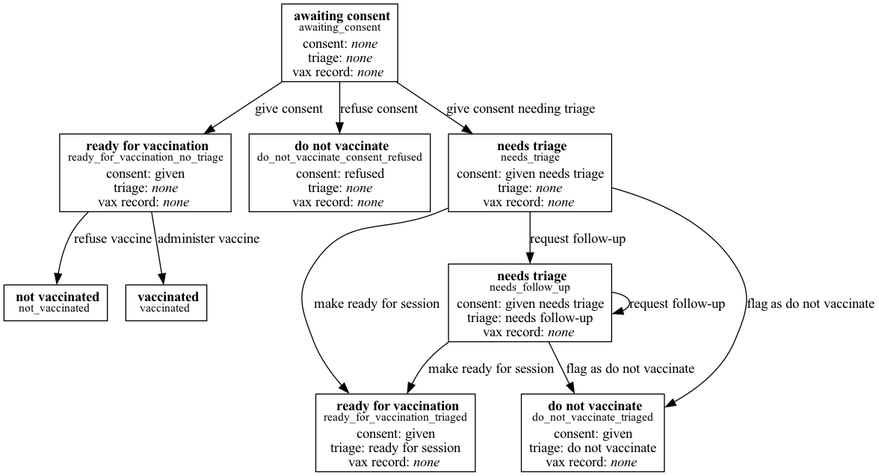
nhsuk/manage-vaccinations-in-schools keeps this Graphviz diagram as docs/states.png. Above is the earlier version. Its source is kept beside it as docs/states.dot. The source it was exported from:
```dot

digraph vaccination_process {
    awaiting_consent [shape=box, label=< <b>awaiting consent</b><br/><sup>awaiting_consent</sup><br/>consent: <i>none</i><br/>triage: <i>none</i><br/>vax record: <i>none</i> >];
    ready_for_vaccination_no_triage [shape=box, label=< <b>ready for vaccination</b><br/><sup>ready_for_vaccination_no_triage</sup><br/>consent: given<br/>triage: <i>none</i><br/>vax record: <i>none</i> >];
    ready_for_vaccination_triaged [shape=box, label=< <b>ready for vaccination</b><br/><sup>ready_for_vaccination_triaged</sup><br/>consent: given<br/>triage: ready for session<br/>vax record: <i>none</i> >];
    do_not_vaccinate_consent_refused [shape=box, label=< <b>do not vaccinate</b><br/><sup>do_not_vaccinate_consent_refused</sup><br/>consent: refused<br/>triage: <i>none</i><br/>vax record: <i>none</i> >];
    do_not_vaccinate_triaged [shape=box, label=< <b>do not vaccinate</b><br/><sup>do_not_vaccinate_triaged</sup><br/>consent: given<br/>triage: do not vaccinate<br/>vax record: <i>none</i> >];
    needs_triage [shape=box, label=< <b>needs triage</b><br/><sup>needs_triage</sup><br/>consent: given needs triage<br/>triage: <i>none</i><br/>vax record: <i>none</i> >];
    needs_follow_up [shape=box, label=< <b>needs triage</b><br/><sup>needs_follow_up</sup><br/>consent: given needs triage<br/>triage: needs follow-up<br/>vax record: <i>none</i> >];
    vaccinated [shape=box, label=< <b>vaccinated</b><br/><sup>vaccinated</sup> >];
    not_vaccinated [shape=box, label=< <b>not vaccinated</b><br/><sup>not_vaccinated</sup> >];

    awaiting_consent -> ready_for_vaccination_no_triage [label="give consent"];
    awaiting_consent -> needs_triage [label="give consent needing triage"]
    awaiting_consent -> do_not_vaccinate_consent_refused [label="refuse consent"];

    ready_for_vaccination_no_triage -> vaccinated [label="administer vaccine"];
    ready_for_vaccination_no_triage -> not_vaccinated [label="refuse vaccine"];

    needs_triage -> ready_for_vaccination_triaged [label="make ready for session"];
    needs_triage -> needs_follow_up [label="request follow-up"];
    needs_triage -> do_not_vaccinate_triaged [label="flag as do not vaccinate"];

    needs_follow_up -> ready_for_vaccination_triaged [label="make ready for session"];
    needs_follow_up -> needs_follow_up [label="request follow-up"];
    needs_follow_up -> do_not_vaccinate_triaged [label="flag as do not vaccinate"];
}
```
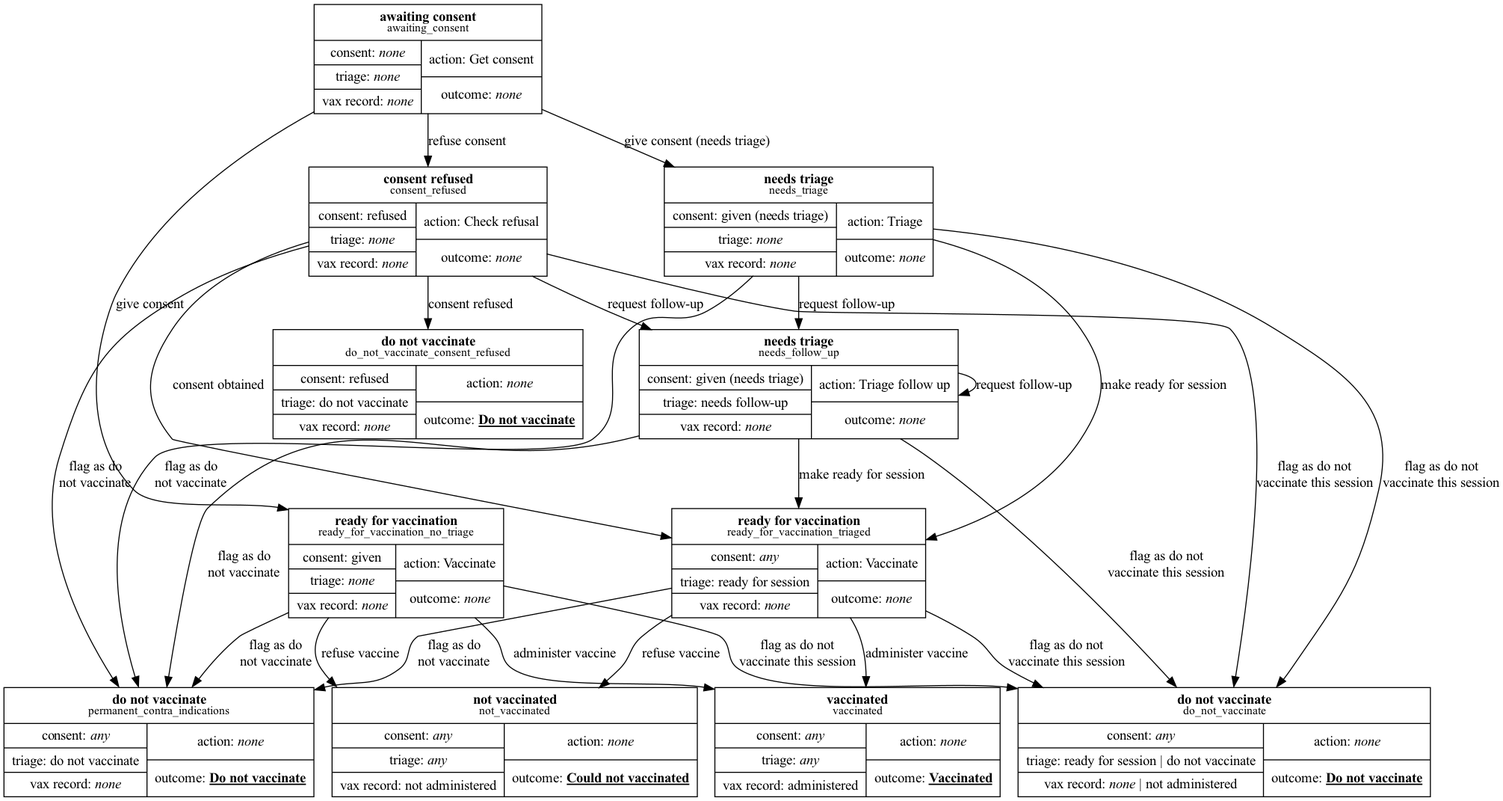
Above is the later version.

Commit message:
Update states diagram

Change to the diagram source:
```diff
@@ -1,27 +1,55 @@
 
 digraph vaccination_process {
-    awaiting_consent [shape=box, label=< <b>awaiting consent</b><br/><sup>awaiting_consent</sup><br/>consent: <i>none</i><br/>triage: <i>none</i><br/>vax record: <i>none</i> >];
-    ready_for_vaccination_no_triage [shape=box, label=< <b>ready for vaccination</b><br/><sup>ready_for_vaccination_no_triage</sup><br/>consent: given<br/>triage: <i>none</i><br/>vax record: <i>none</i> >];
-    ready_for_vaccination_triaged [shape=box, label=< <b>ready for vaccination</b><br/><sup>ready_for_vaccination_triaged</sup><br/>consent: given<br/>triage: ready for session<br/>vax record: <i>none</i> >];
-    do_not_vaccinate_consent_refused [shape=box, label=< <b>do not vaccinate</b><br/><sup>do_not_vaccinate_consent_refused</sup><br/>consent: refused<br/>triage: <i>none</i><br/>vax record: <i>none</i> >];
-    do_not_vaccinate_triaged [shape=box, label=< <b>do not vaccinate</b><br/><sup>do_not_vaccinate_triaged</sup><br/>consent: given<br/>triage: do not vaccinate<br/>vax record: <i>none</i> >];
-    needs_triage [shape=box, label=< <b>needs triage</b><br/><sup>needs_triage</sup><br/>consent: given needs triage<br/>triage: <i>none</i><br/>vax record: <i>none</i> >];
-    needs_follow_up [shape=box, label=< <b>needs triage</b><br/><sup>needs_follow_up</sup><br/>consent: given needs triage<br/>triage: needs follow-up<br/>vax record: <i>none</i> >];
-    vaccinated [shape=box, label=< <b>vaccinated</b><br/><sup>vaccinated</sup> >];
-    not_vaccinated [shape=box, label=< <b>not vaccinated</b><br/><sup>not_vaccinated</sup> >];
+    awaiting_consent                 [shape=record,
+                                      label=< {<b>awaiting consent</b><br/><sup>awaiting_consent</sup> | { { consent: <i>none</i> | triage: <i>none</i> | vax record: <i>none</i>} | { action: Get consent | outcome: <i>none</i> } } } >];
+    ready_for_vaccination_no_triage  [shape=record,
+                                      label=< {<b>ready for vaccination</b><br/><sup>ready_for_vaccination_no_triage</sup> | { { consent: given | triage: <i>none</i> | vax record: <i>none</i>} | { action: Vaccinate | outcome: <i>none</i> } } } >];
+    consent_refused                  [shape=record,
+                                      label=< {<b>consent refused</b><br/><sup>consent_refused</sup> | { { consent: refused | triage: <i>none</i> | vax record: <i>none</i>} | { action: Check refusal | outcome: <i>none</i> } } } >];
+    needs_triage                     [shape=record,
+                                      label=< {<b>needs triage</b><br/><sup>needs_triage</sup> | { { consent: given (needs triage) | triage: <i>none</i> | vax record: <i>none</i>} | { action: Triage | outcome: <i>none</i> } } } >];
+    needs_follow_up                  [shape=record,
+                                      label=< {<b>needs triage</b><br/><sup>needs_follow_up</sup> | { { consent: given (needs triage) | triage: needs follow-up | vax record: <i>none</i>} | { action: Triage follow up | outcome: <i>none</i> } } } >];
+    ready_for_vaccination_triaged    [shape=record,
+                                      label=< {<b>ready for vaccination</b><br/><sup>ready_for_vaccination_triaged</sup> | { { consent: <i>any</i> | triage: ready for session | vax record: <i>none</i>} | { action: Vaccinate | outcome: <i>none</i> } } } >];
+    vaccinated                       [shape=record,
+                                      label=< {<b>vaccinated</b><br/><sup>vaccinated</sup> | { { consent: <i>any</i> | triage: <i>any</i> | vax record: administered} | { action: <i>none</i> | outcome: <u><b>Vaccinated</b></u> } } } >];
+    not_vaccinated                   [shape=record,
+                                      label=< {<b>not vaccinated</b><br/><sup>not_vaccinated</sup> | { { consent: <i>any</i> | triage: <i>any</i> | vax record: not administered} | { action: <i>none</i> | outcome: <u><b>Could not vaccinated</b></u> } } } >];
+    do_not_vaccinate                 [shape=record,
+                                      label=< {<b>do not vaccinate</b><br/><sup>permanent_contra_indications</sup> | { { consent: <i>any</i> | triage: do not vaccinate | vax record: <i>none</i>} | { action: <i>none</i> | outcome: <u><b>Do not vaccinate</b></u> } } } >];
+    do_not_vaccinate_this_session    [shape=record,
+                                      label=< {<b>do not vaccinate</b><br/><sup>do_not_vaccinate</sup> | { { consent: <i>any</i> | triage: ready for session \| do not vaccinate | vax record: <i>none</i> \| not administered } | { action: <i>none</i> | outcome: <u><b>Do not vaccinate</b></u> } } } >];
+    do_not_vaccinate_consent_refused [shape=record,
+                                      label=< {<b>do not vaccinate</b><br/><sup>do_not_vaccinate_consent_refused</sup> | { { consent: refused | triage: do not vaccinate | vax record: <i>none</i> } | { action: <i>none</i> | outcome: <u><b>Do not vaccinate</b></u> } } } >];
 
     awaiting_consent -> ready_for_vaccination_no_triage [label="give consent"];
-    awaiting_consent -> needs_triage [label="give consent needing triage"]
-    awaiting_consent -> do_not_vaccinate_consent_refused [label="refuse consent"];
+    awaiting_consent -> needs_triage [label="give consent (needs triage)"]
+    awaiting_consent -> consent_refused [label="refuse consent"];
+
+    consent_refused -> needs_follow_up [label="request follow-up"];
+    consent_refused -> ready_for_vaccination_triaged [label="consent obtained"];
+    consent_refused -> do_not_vaccinate_consent_refused [label="consent refused"];
+    consent_refused -> do_not_vaccinate [label="flag as do\nnot vaccinate"];
+    consent_refused -> do_not_vaccinate_this_session [label="flag as do not\nvaccinate this session"];
 
     ready_for_vaccination_no_triage -> vaccinated [label="administer vaccine"];
     ready_for_vaccination_no_triage -> not_vaccinated [label="refuse vaccine"];
+    ready_for_vaccination_no_triage -> do_not_vaccinate [label="flag as do\nnot vaccinate"];
+    ready_for_vaccination_no_triage -> do_not_vaccinate_this_session [label="flag as do not\nvaccinate this session"];
 
     needs_triage -> ready_for_vaccination_triaged [label="make ready for session"];
     needs_triage -> needs_follow_up [label="request follow-up"];
-    needs_triage -> do_not_vaccinate_triaged [label="flag as do not vaccinate"];
+    needs_triage -> do_not_vaccinate [label="flag as do\nnot vaccinate"];
+    needs_triage -> do_not_vaccinate_this_session [label="flag as do not\nvaccinate this session"];
+
+    ready_for_vaccination_triaged -> vaccinated [label="administer vaccine"];
+    ready_for_vaccination_triaged -> not_vaccinated [label="refuse vaccine"];
+    ready_for_vaccination_triaged -> do_not_vaccinate [label="flag as do\nnot vaccinate"];
+    ready_for_vaccination_triaged -> do_not_vaccinate_this_session [label="flag as do not\nvaccinate this session"];
 
     needs_follow_up -> ready_for_vaccination_triaged [label="make ready for session"];
     needs_follow_up -> needs_follow_up [label="request follow-up"];
-    needs_follow_up -> do_not_vaccinate_triaged [label="flag as do not vaccinate"];
+    needs_follow_up -> do_not_vaccinate [label="flag as do\nnot vaccinate"];
+    needs_follow_up -> do_not_vaccinate_this_session [label="flag as do not\nvaccinate this session"];
 }
```
